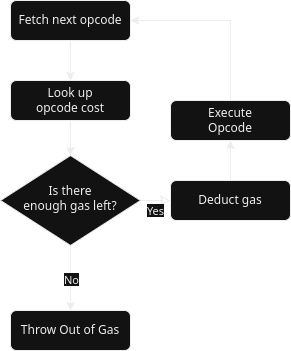
Earlier version of the draw.io export syllabus/4-Smart_Contracts/img/frontier/GasometerDiagram.png (Polkadot-Blockchain-Academy/pba-content). Source tidied: cells renumbered, new cells last; positions are measured from the earlier drawing's top-left corner, leaving out a move shared by most shapes.
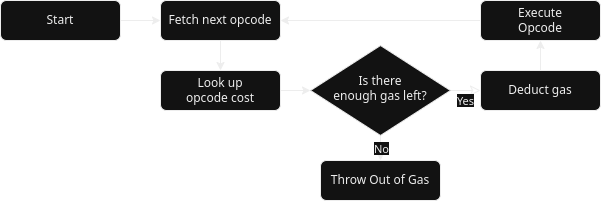
Above is the later version.

Commit message:
Improve gasometer content

The edit, as a diff of the source:
```diff
@@ -2,11 +2,11 @@
   <root>
     <mxCell id="0" />
     <mxCell id="1" parent="0" />
-    <mxCell id="2" style="edgeStyle=orthogonalEdgeStyle;rounded=0;jettySize=auto;html=1;entryX=0.5;entryY=0;entryDx=0;entryDy=0;" parent="1" edge="1" source="3" target="7">
+    <mxCell id="2" style="edgeStyle=orthogonalEdgeStyle;rounded=0;jettySize=auto;html=1;exitX=1;exitY=0.5;exitDx=0;exitDy=0;entryX=0;entryY=0.5;entryDx=0;entryDy=0;" parent="1" edge="1" source="3" target="7">
       <mxGeometry relative="1" as="geometry" />
     </mxCell>
     <mxCell id="3" value="Look up&lt;br&gt;opcode cost" style="rounded=1;whiteSpace=wrap;html=1;fontSize=12;glass=0;strokeWidth=1;shadow=0;" parent="1" vertex="1">
-      <mxGeometry x="10" y="80" width="120" height="40" as="geometry" />
+      <mxGeometry x="-150" y="180" width="120" height="40" as="geometry" />
     </mxCell>
     <mxCell id="4" value="Yes" style="edgeStyle=orthogonalEdgeStyle;rounded=0;html=1;jettySize=auto;fontSize=11;endArrow=classic;endFill=0;endSize=8;strokeWidth=1;shadow=0;labelBackgroundColor=default;fillColor=none;strokeColor=default;gradientColor=none;" parent="1" edge="1" source="7" target="9">
       <mxGeometry y="10" relative="1" as="geometry" />
@@ -27,19 +27,25 @@
       <mxGeometry x="170" y="180" width="120" height="40" as="geometry" />
     </mxCell>
     <mxCell id="10" value="Throw Out of Gas" style="rounded=1;whiteSpace=wrap;html=1;fontSize=12;glass=0;strokeWidth=1;shadow=0;" parent="1" vertex="1">
-      <mxGeometry x="10" y="310" width="120" height="40" as="geometry" />
+      <mxGeometry x="10" y="270" width="120" height="40" as="geometry" />
     </mxCell>
     <mxCell id="11" style="edgeStyle=orthogonalEdgeStyle;rounded=0;jettySize=auto;html=1;" parent="1" edge="1" source="12" target="3">
       <mxGeometry relative="1" as="geometry" />
     </mxCell>
     <mxCell id="12" value="Fetch next opcode" style="rounded=1;whiteSpace=wrap;html=1;fontSize=12;glass=0;strokeWidth=1;shadow=0;" parent="1" vertex="1">
-      <mxGeometry x="10" width="120" height="40" as="geometry" />
+      <mxGeometry x="-150" y="110" width="120" height="40" as="geometry" />
     </mxCell>
-    <mxCell id="13" style="edgeStyle=orthogonalEdgeStyle;rounded=0;jettySize=auto;html=1;exitX=0.5;exitY=0;exitDx=0;exitDy=0;entryX=1;entryY=0.5;entryDx=0;entryDy=0;" parent="1" edge="1" source="14" target="12">
+    <mxCell id="13" style="edgeStyle=orthogonalEdgeStyle;rounded=0;jettySize=auto;html=1;entryX=1;entryY=0.5;entryDx=0;entryDy=0;" parent="1" edge="1" source="14" target="12">
       <mxGeometry relative="1" as="geometry" />
     </mxCell>
     <mxCell id="14" value="Execute&lt;br&gt;Opcode" style="rounded=1;whiteSpace=wrap;html=1;fontSize=12;glass=0;strokeWidth=1;shadow=0;" parent="1" vertex="1">
-      <mxGeometry x="170" y="100" width="120" height="40" as="geometry" />
+      <mxGeometry x="170" y="110" width="120" height="40" as="geometry" />
     </mxCell>
+    <mxCell id="15" style="edgeStyle=orthogonalEdgeStyle;rounded=0;jettySize=auto;html=1;exitX=1;exitY=0.5;exitDx=0;exitDy=0;entryX=0;entryY=0.5;entryDx=0;entryDy=0;" parent="1" edge="1" source="16" target="12">
+      <mxGeometry relative="1" as="geometry" />
+    </mxCell>
+    <mxCell id="16" value="Start&lt;br&gt;" style="rounded=1;whiteSpace=wrap;html=1;fontSize=12;glass=0;strokeWidth=1;shadow=0;" parent="1" vertex="1">
+      <mxGeometry x="-310" y="110" width="120" height="40" as="geometry" />
+    </mxCell>
   </root>
 </mxGraphModel>
```
